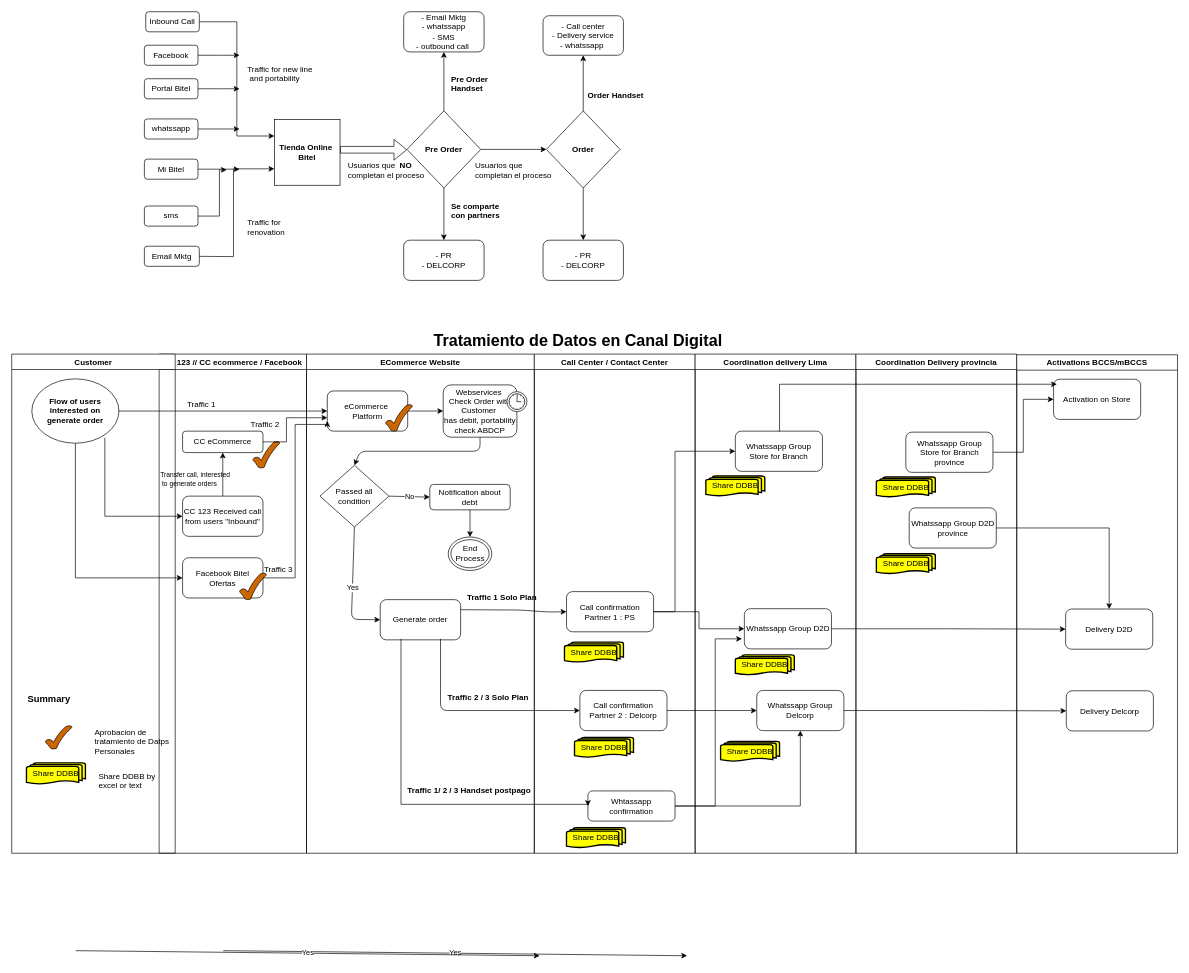
The draw.io diagram Management of Personal Data.drawio in czevallos99/Ecommerce, before the edit. Source tidied: cells renumbered, new cells numbered last; positions are measured from the earlier drawing's top-left corner, leaving out a move shared by most shapes. Both pictures are drawn from the tidied source at 67%, with x=0, y=0 at pixel (11, 11).
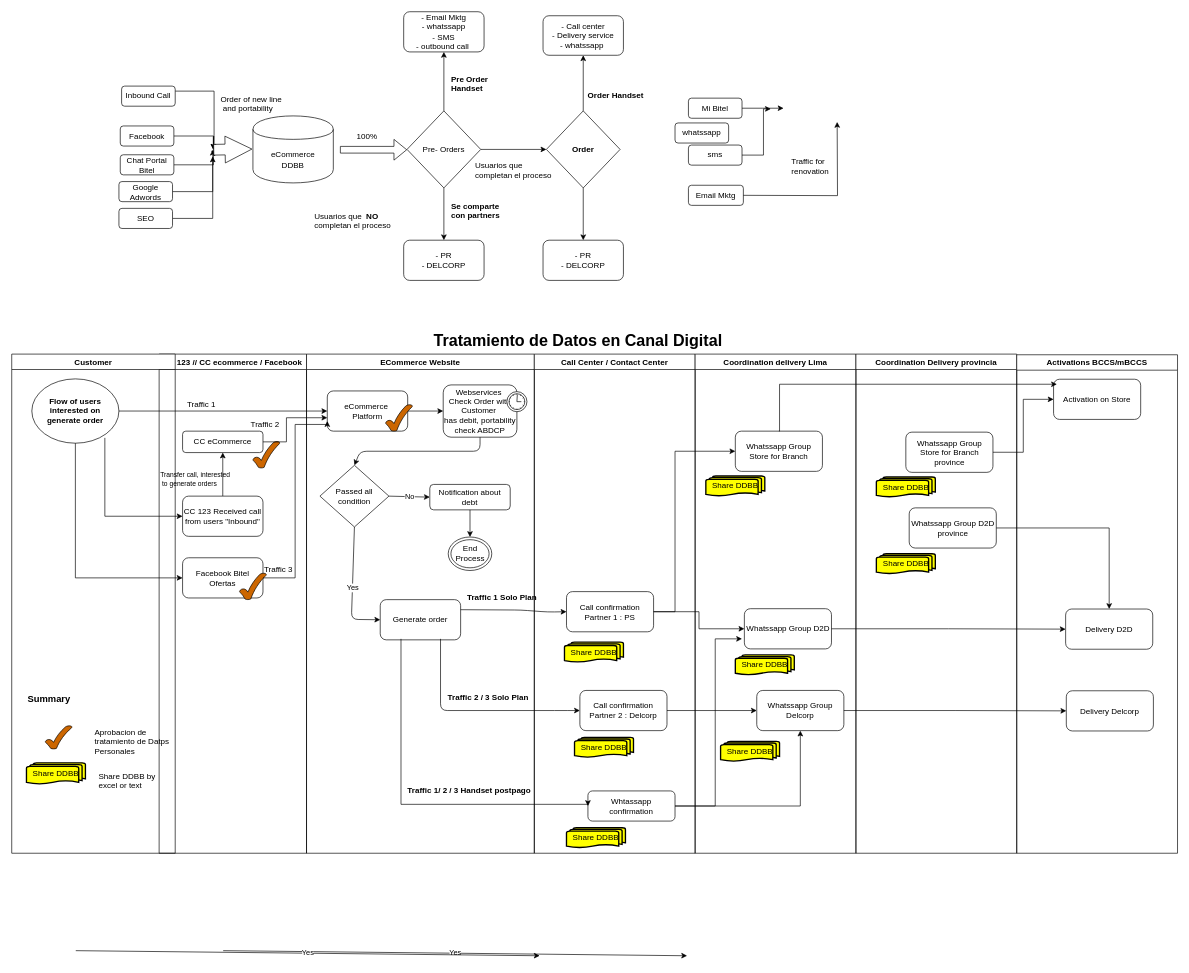
Above is the later version.

Diff of the diagram source:
```diff
@@
-    <mxCell id="2" style="edgeStyle=orthogonalEdgeStyle;rounded=0;jettySize=auto;html=1;" parent="1" edge="1" source="3">
-      <mxGeometry relative="1" as="geometry">
-        <mxPoint x="340" y="65" as="targetPoint" />
-      </mxGeometry>
-    </mxCell>
+    <mxCell id="115" style="edgeStyle=orthogonalEdgeStyle;rounded=0;jettySize=auto;html=1;exitX=1;exitY=0.5;exitDx=0;exitDy=0;" parent="1" edge="1" source="3">
+      <mxGeometry relative="1" as="geometry">
+        <mxPoint x="301" y="206" as="targetPoint" />
+      </mxGeometry>
+    </mxCell>
     <mxCell id="3" value="Facebook" style="rounded=1;whiteSpace=wrap;html=1;" parent="1" vertex="1">
-      <mxGeometry x="198" y="50" width="80" height="30" as="geometry" />
+      <mxGeometry x="162" y="170.5" width="80" height="30" as="geometry" />
     </mxCell>
-    <mxCell id="4" style="edgeStyle=orthogonalEdgeStyle;rounded=0;jettySize=auto;html=1;" parent="1" edge="1" source="5">
-      <mxGeometry relative="1" as="geometry">
-        <mxPoint x="340" y="115" as="targetPoint" />
-      </mxGeometry>
-    </mxCell>
+    <mxCell id="116" style="edgeStyle=orthogonalEdgeStyle;rounded=0;jettySize=auto;html=1;" parent="1" edge="1" source="5">
+      <mxGeometry relative="1" as="geometry">
+        <mxPoint x="301" y="206" as="targetPoint" />
+        <Array as="points">
+          <mxPoint x="301" y="229" />
+          <mxPoint x="301" y="186" />
+        </Array>
+      </mxGeometry>
+    </mxCell>
-    <mxCell id="5" value="Portal Bitel" style="rounded=1;whiteSpace=wrap;html=1;" parent="1" vertex="1">
-      <mxGeometry x="198" y="100" width="80" height="30" as="geometry" />
+    <mxCell id="5" value="Chat Portal Bitel" style="rounded=1;whiteSpace=wrap;html=1;" parent="1" vertex="1">
+      <mxGeometry x="162" y="213.5" width="80" height="30" as="geometry" />
     </mxCell>
-    <mxCell id="6" style="edgeStyle=orthogonalEdgeStyle;rounded=0;jettySize=auto;html=1;" parent="1" edge="1" source="7">
-      <mxGeometry relative="1" as="geometry">
-        <mxPoint x="340" y="175" as="targetPoint" />
-      </mxGeometry>
-    </mxCell>
     <mxCell id="7" value="whatssapp" style="rounded=1;whiteSpace=wrap;html=1;" parent="1" vertex="1">
-      <mxGeometry x="198" y="160" width="80" height="30" as="geometry" />
+      <mxGeometry x="990" y="166" width="80" height="30" as="geometry" />
     </mxCell>
     <mxCell id="8" style="edgeStyle=orthogonalEdgeStyle;rounded=0;jettySize=auto;html=1;" parent="1" edge="1" source="9">
       <mxGeometry relative="1" as="geometry">
-        <mxPoint x="340" y="235" as="targetPoint" />
+        <mxPoint x="1152" y="144" as="targetPoint" />
       </mxGeometry>
     </mxCell>
     <mxCell id="9" value="Mi Bitel" style="rounded=1;whiteSpace=wrap;html=1;" parent="1" vertex="1">
-      <mxGeometry x="198" y="220" width="80" height="30" as="geometry" />
+      <mxGeometry x="1010" y="129" width="80" height="30" as="geometry" />
     </mxCell>
     <mxCell id="10" style="edgeStyle=orthogonalEdgeStyle;rounded=0;orthogonalLoop=1;jettySize=auto;html=1;" parent="1" edge="1">
       <mxGeometry relative="1" as="geometry">
-        <mxPoint x="269" y="305" as="sourcePoint" />
-        <mxPoint x="321" y="236" as="targetPoint" />
+        <mxPoint x="1081" y="214" as="sourcePoint" />
+        <mxPoint x="1133" y="145" as="targetPoint" />
         <Array as="points">
-          <mxPoint x="310" y="305" />
-          <mxPoint x="310" y="236" />
+          <mxPoint x="1122" y="214" />
+          <mxPoint x="1122" y="145" />
         </Array>
       </mxGeometry>
     </mxCell>
     <mxCell id="11" value="sms" style="rounded=1;whiteSpace=wrap;html=1;" parent="1" vertex="1">
-      <mxGeometry x="198" y="290" width="80" height="30" as="geometry" />
+      <mxGeometry x="1010" y="199" width="80" height="30" as="geometry" />
     </mxCell>
-    <mxCell id="12" style="edgeStyle=orthogonalEdgeStyle;rounded=0;jettySize=auto;html=1;entryX=0;entryY=0.75;entryDx=0;entryDy=0;" parent="1" edge="1" target="14">
+    <mxCell id="12" style="edgeStyle=orthogonalEdgeStyle;rounded=0;orthogonalLoop=1;jettySize=auto;html=1;entryX=0.5;entryY=1;entryDx=0;entryDy=0;" parent="1" edge="1">
       <mxGeometry relative="1" as="geometry">
-        <mxPoint x="269" y="365" as="sourcePoint" />
+        <mxPoint x="1081" y="274" as="sourcePoint" />
+        <mxPoint x="1232" y="164.5" as="targetPoint" />
       </mxGeometry>
     </mxCell>
     <mxCell id="13" value="Email Mktg" style="rounded=1;whiteSpace=wrap;html=1;" parent="1" vertex="1">
-      <mxGeometry x="198" y="350" width="82" height="30" as="geometry" />
+      <mxGeometry x="1010" y="259" width="82" height="30" as="geometry" />
     </mxCell>
-    <mxCell id="14" value="&lt;b&gt;Tienda Online&amp;nbsp;&lt;br&gt;Bitel&lt;/b&gt;&lt;br&gt;" style="whiteSpace=wrap;html=1;" parent="1" vertex="1">
-      <mxGeometry x="392" y="161" width="98" height="98" as="geometry" />
-    </mxCell>
-    <mxCell id="15" value="Traffic for new line&lt;br&gt;&amp;nbsp;and portability" style="text;html=1;align=left;verticalAlign=top;spacingTop=-4;" parent="1" vertex="1">
-      <mxGeometry x="350" y="76" width="110" height="30" as="geometry" />
+    <mxCell id="15" value="Order of new line&lt;br&gt;&amp;nbsp;and portability" style="text;html=1;align=left;verticalAlign=top;spacingTop=-4;" parent="1" vertex="1">
+      <mxGeometry x="310" y="121" width="110" height="30" as="geometry" />
     </mxCell>
     <mxCell id="16" value="Traffic for &lt;br&gt;renovation" style="text;html=1;align=left;verticalAlign=top;spacingTop=-4;" parent="1" vertex="1">
-      <mxGeometry x="350" y="305" width="70" height="30" as="geometry" />
+      <mxGeometry x="1162" y="214" width="70" height="30" as="geometry" />
     </mxCell>
-    <mxCell id="17" style="edgeStyle=orthogonalEdgeStyle;rounded=0;jettySize=auto;html=1;entryX=0;entryY=0.25;entryDx=0;entryDy=0;" parent="1" edge="1" source="18" target="14">
-      <mxGeometry relative="1" as="geometry" />
-    </mxCell>
+    <mxCell id="117" style="edgeStyle=orthogonalEdgeStyle;rounded=0;jettySize=auto;html=1;exitX=1;exitY=0.25;exitDx=0;exitDy=0;" parent="1" edge="1" source="18">
+      <mxGeometry relative="1" as="geometry">
+        <mxPoint x="302" y="216" as="targetPoint" />
+        <Array as="points">
+          <mxPoint x="302" y="119" />
+          <mxPoint x="302" y="185" />
+        </Array>
+      </mxGeometry>
+    </mxCell>
     <mxCell id="18" value="Inbound Call" style="rounded=1;whiteSpace=wrap;html=1;" parent="1" vertex="1">
-      <mxGeometry x="200" width="80" height="30" as="geometry" />
+      <mxGeometry x="164" y="111" width="80" height="30" as="geometry" />
     </mxCell>
@@
-    <mxCell id="23" value="&lt;b&gt;Pre Order&lt;/b&gt;" style="rhombus;whiteSpace=wrap;html=1;" parent="1" vertex="1">
+    <mxCell id="23" value="Pre- Orders" style="rhombus;whiteSpace=wrap;html=1;" parent="1" vertex="1">
       <mxGeometry x="590" y="148" width="110" height="115" as="geometry" />
     </mxCell>
@@
     <mxCell id="28" value="Usuarios que&amp;nbsp; &lt;b&gt;NO&lt;/b&gt;&lt;br&gt;completan&amp;nbsp;el proceso&lt;br&gt;" style="text;html=1;align=left;verticalAlign=top;spacingTop=-4;" parent="1" vertex="1">
-      <mxGeometry x="500" y="220" width="130" height="30" as="geometry" />
+      <mxGeometry x="450" y="296" width="130" height="30" as="geometry" />
     </mxCell>
@@
+    <mxCell id="118" value="&lt;div&gt;eCommerce &lt;br&gt;&lt;/div&gt;&lt;div&gt;DDBB&lt;/div&gt;" style="shape=cylinder;whiteSpace=wrap;html=1;boundedLbl=1;backgroundOutline=1;" parent="1" vertex="1">
+      <mxGeometry x="360" y="155.5" width="120" height="100" as="geometry" />
+    </mxCell>
+    <mxCell id="119" style="edgeStyle=orthogonalEdgeStyle;rounded=0;jettySize=auto;html=1;" parent="1" edge="1" source="120">
+      <mxGeometry relative="1" as="geometry">
+        <mxPoint x="300" y="206" as="targetPoint" />
+        <Array as="points">
+          <mxPoint x="300" y="269" />
+        </Array>
+      </mxGeometry>
+    </mxCell>
+    <mxCell id="120" value="Google Adwords" style="rounded=1;whiteSpace=wrap;html=1;" parent="1" vertex="1">
+      <mxGeometry x="160" y="253.5" width="80" height="30" as="geometry" />
+    </mxCell>
+    <mxCell id="121" style="edgeStyle=orthogonalEdgeStyle;rounded=0;jettySize=auto;html=1;exitX=1;exitY=0.5;exitDx=0;exitDy=0;" parent="1" edge="1" source="122">
+      <mxGeometry relative="1" as="geometry">
+        <mxPoint x="300" y="216" as="targetPoint" />
+        <Array as="points">
+          <mxPoint x="300" y="309" />
+          <mxPoint x="300" y="225" />
+        </Array>
+      </mxGeometry>
+    </mxCell>
+    <mxCell id="122" value="SEO" style="rounded=1;whiteSpace=wrap;html=1;" parent="1" vertex="1">
+      <mxGeometry x="160" y="293.5" width="80" height="30" as="geometry" />
+    </mxCell>
+    <mxCell id="123" style="html=1;shadow=0;dashed=0;align=center;verticalAlign=middle;shape=mxgraph.arrows2.arrow;dy=0.6;dx=40;direction=north;notch=0;rotation=89;" parent="1" vertex="1">
+      <mxGeometry x="310" y="177" width="40" height="57" as="geometry" />
+    </mxCell>
+    <mxCell id="124" value="100%" style="text;html=1;align=center;verticalAlign=middle;" parent="1" vertex="1">
+      <mxGeometry x="505" y="175.5" width="50" height="20" as="geometry" />
+    </mxCell>
```
